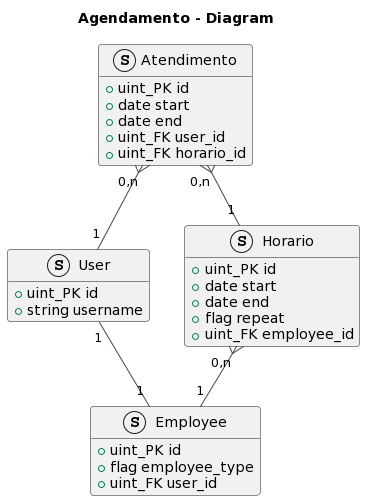
Before: docs/en/scheduling/diagrams/uml-diagram-img.png, a diagram exported from PlantUML (JotaEspig/chronos).
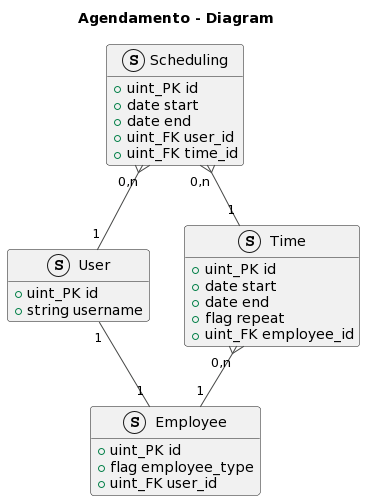
After the change.

Commit message:
refactor(docs): changed names in agendamento uml diagram

The edit, as a diff of the source:
```diff
@@ -17,15 +17,15 @@
   +uint_FK user_id
 }
 
-struct Atendimento {
+struct Scheduling {
   +uint_PK id
   +date start
   +date end
   +uint_FK user_id
-  +uint_FK horario_id
+  +uint_FK time_id
 }
 
-struct Horario {
+struct Time {
   +uint_PK id
   +date start
   +date end
@@ -33,8 +33,8 @@
   +uint_FK employee_id
 }
 
-User "1" -- "1" Employee
-Horario   "0,n" }-- "1"  Employee
-Atendimento "0,n" }-- "1" Horario
-Atendimento "0,n" }-- "1" User
+User        "1" -- "1" Employee
+Time        "0,n" }-- "1"  Employee
+Scheduling  "0,n" }-- "1" Time
+Scheduling  "0,n" }-- "1" User
 @enduml
```
